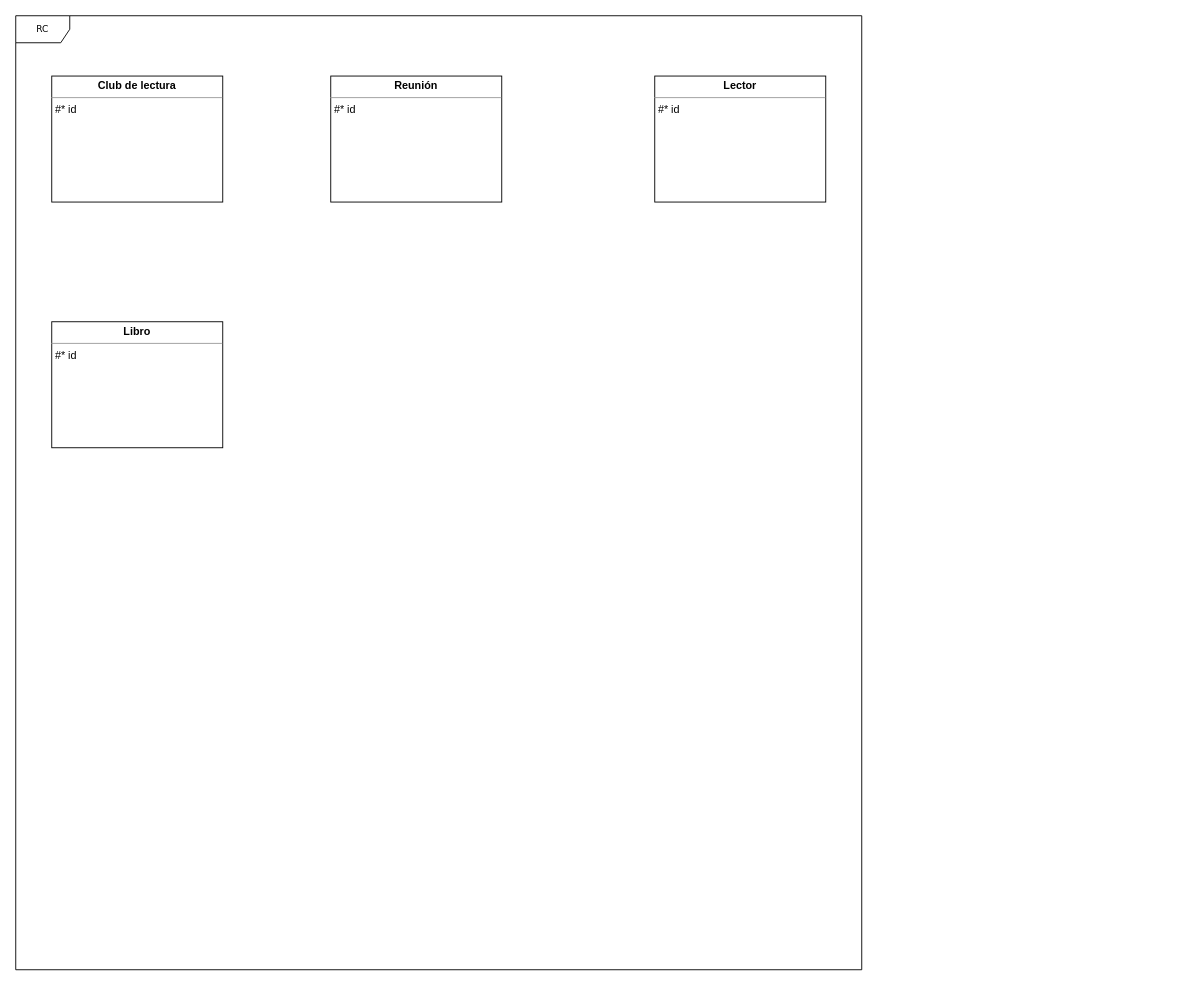
The draw.io diagram DB I/RC (Pseudo) Data Structure V2.drawio in NeutronBlast/IS-Ex, before the edit. Source tidied: cells renumbered, new cells numbered last; positions are measured from the earlier drawing's top-left corner, leaving out a move shared by most shapes. Both pictures are drawn from the tidied source at 90%, with x=0, y=0 at pixel (15, 15).
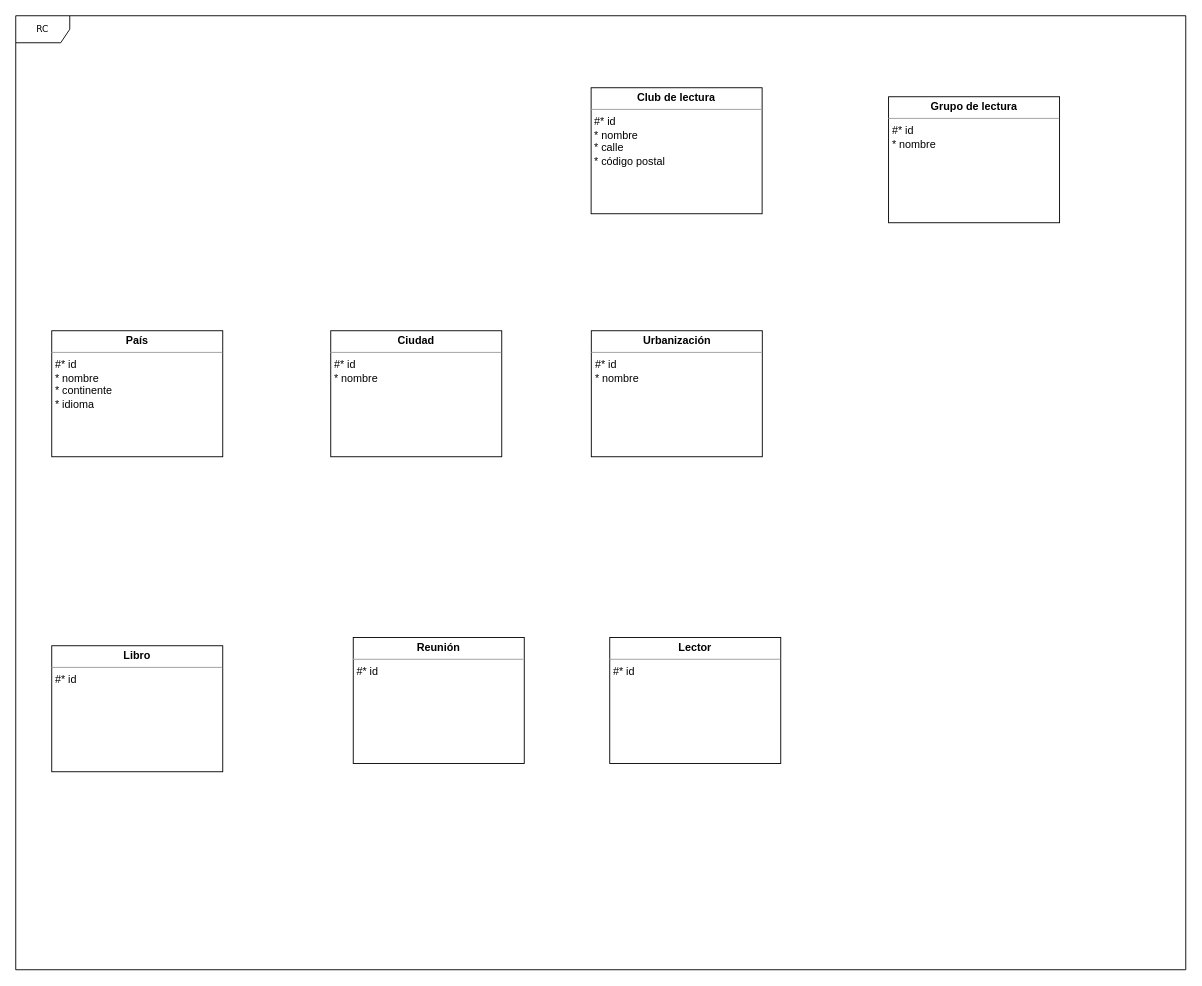
After the change.

Change to the diagram source:
```diff
@@
 <mxGraphModel background="#ffffff">
   <root>
     <mxCell id="0" />
     <mxCell id="1" parent="0" />
     <mxCell id="2" value="RC" style="shape=umlFrame;whiteSpace=wrap;html=1;rounded=0;shadow=0;comic=0;labelBackgroundColor=none;strokeColor=#000000;strokeWidth=1;fillColor=#ffffff;fontFamily=Verdana;fontSize=10;fontColor=#000000;align=center;" parent="1" vertex="1">
-      <mxGeometry width="940" height="1060" as="geometry" />
+      <mxGeometry width="1300" height="1060" as="geometry" />
     </mxCell>
     <mxCell id="3" style="edgeStyle=orthogonalEdgeStyle;rounded=0;html=1;dashed=1;labelBackgroundColor=none;startFill=0;endArrow=open;endFill=0;endSize=10;fontFamily=Verdana;fontSize=10;" parent="1" edge="1">
       <mxGeometry relative="1" as="geometry">
         <mxPoint x="710" y="794" as="sourcePoint" />
       </mxGeometry>
     </mxCell>
-    <mxCell id="4" value="&lt;p style=&quot;margin: 0px ; margin-top: 4px ; text-align: center&quot;&gt;&lt;b&gt;Club de lectura&lt;/b&gt;&lt;/p&gt;&lt;hr size=&quot;1&quot;&gt;&lt;p style=&quot;margin: 0px ; margin-left: 4px&quot;&gt;#* id&lt;/p&gt;&lt;p style=&quot;margin: 0px ; margin-left: 4px&quot;&gt;&lt;br&gt;&lt;/p&gt;" style="verticalAlign=top;align=left;overflow=fill;fontSize=12;fontFamily=Helvetica;html=1;rounded=0;shadow=0;comic=0;labelBackgroundColor=none;strokeColor=#000000;strokeWidth=1;fillColor=#ffffff;" parent="1" vertex="1">
-      <mxGeometry x="40" y="67" width="190" height="140" as="geometry" />
+    <mxCell id="4" value="&lt;p style=&quot;margin: 0px ; margin-top: 4px ; text-align: center&quot;&gt;&lt;b&gt;Club de lectura&lt;/b&gt;&lt;/p&gt;&lt;hr size=&quot;1&quot;&gt;&lt;p style=&quot;margin: 0px ; margin-left: 4px&quot;&gt;#* id&lt;/p&gt;&lt;p style=&quot;margin: 0px ; margin-left: 4px&quot;&gt;* nombre&lt;/p&gt;&lt;p style=&quot;margin: 0px ; margin-left: 4px&quot;&gt;* calle&lt;/p&gt;&lt;p style=&quot;margin: 0px ; margin-left: 4px&quot;&gt;* código postal&lt;/p&gt;" style="verticalAlign=top;align=left;overflow=fill;fontSize=12;fontFamily=Helvetica;html=1;rounded=0;shadow=0;comic=0;labelBackgroundColor=none;strokeColor=#000000;strokeWidth=1;fillColor=#ffffff;" parent="1" vertex="1">
+      <mxGeometry x="639.3" y="80" width="190" height="140" as="geometry" />
     </mxCell>
     <mxCell id="5" value="&lt;p style=&quot;margin: 0px ; margin-top: 4px ; text-align: center&quot;&gt;&lt;b&gt;Libro&lt;/b&gt;&lt;/p&gt;&lt;hr size=&quot;1&quot;&gt;&lt;p style=&quot;margin: 0px ; margin-left: 4px&quot;&gt;#* id&lt;/p&gt;&lt;p style=&quot;margin: 0px ; margin-left: 4px&quot;&gt;&lt;br&gt;&lt;/p&gt;" style="verticalAlign=top;align=left;overflow=fill;fontSize=12;fontFamily=Helvetica;html=1;rounded=0;shadow=0;comic=0;labelBackgroundColor=none;strokeColor=#000000;strokeWidth=1;fillColor=#ffffff;" parent="1" vertex="1">
-      <mxGeometry x="40" y="340" width="190" height="140" as="geometry" />
+      <mxGeometry x="40" y="700" width="190" height="140" as="geometry" />
     </mxCell>
     <mxCell id="6" value="&lt;p style=&quot;margin: 0px ; margin-top: 4px ; text-align: center&quot;&gt;&lt;b&gt;Reunión&lt;/b&gt;&lt;/p&gt;&lt;hr size=&quot;1&quot;&gt;&lt;p style=&quot;margin: 0px ; margin-left: 4px&quot;&gt;#* id&lt;/p&gt;&lt;p style=&quot;margin: 0px ; margin-left: 4px&quot;&gt;&lt;br&gt;&lt;/p&gt;" style="verticalAlign=top;align=left;overflow=fill;fontSize=12;fontFamily=Helvetica;html=1;rounded=0;shadow=0;comic=0;labelBackgroundColor=none;strokeColor=#000000;strokeWidth=1;fillColor=#ffffff;" parent="1" vertex="1">
-      <mxGeometry x="350" y="67" width="190" height="140" as="geometry" />
+      <mxGeometry x="375" y="690.8" width="190" height="140" as="geometry" />
     </mxCell>
     <mxCell id="7" value="&lt;p style=&quot;margin: 0px ; margin-top: 4px ; text-align: center&quot;&gt;&lt;b&gt;Lector&lt;/b&gt;&lt;/p&gt;&lt;hr size=&quot;1&quot;&gt;&lt;p style=&quot;margin: 0px ; margin-left: 4px&quot;&gt;#* id&lt;/p&gt;&lt;p style=&quot;margin: 0px ; margin-left: 4px&quot;&gt;&lt;br&gt;&lt;/p&gt;" style="verticalAlign=top;align=left;overflow=fill;fontSize=12;fontFamily=Helvetica;html=1;rounded=0;shadow=0;comic=0;labelBackgroundColor=none;strokeColor=#000000;strokeWidth=1;fillColor=#ffffff;" parent="1" vertex="1">
-      <mxGeometry x="710" y="67" width="190" height="140" as="geometry" />
+      <mxGeometry x="660" y="690.8" width="190" height="140" as="geometry" />
     </mxCell>
+    <mxCell id="8" value="&lt;p style=&quot;margin: 0px ; margin-top: 4px ; text-align: center&quot;&gt;&lt;b&gt;País&lt;/b&gt;&lt;/p&gt;&lt;hr size=&quot;1&quot;&gt;&lt;p style=&quot;margin: 0px ; margin-left: 4px&quot;&gt;#* id&lt;/p&gt;&lt;p style=&quot;margin: 0px ; margin-left: 4px&quot;&gt;* nombre&lt;/p&gt;&lt;p style=&quot;margin: 0px ; margin-left: 4px&quot;&gt;* continente&lt;/p&gt;&lt;p style=&quot;margin: 0px ; margin-left: 4px&quot;&gt;* idioma&lt;/p&gt;&lt;p style=&quot;margin: 0px ; margin-left: 4px&quot;&gt;&lt;br&gt;&lt;/p&gt;" style="verticalAlign=top;align=left;overflow=fill;fontSize=12;fontFamily=Helvetica;html=1;rounded=0;shadow=0;comic=0;labelBackgroundColor=none;strokeColor=#000000;strokeWidth=1;fillColor=#ffffff;" parent="1" vertex="1">
+      <mxGeometry x="40" y="350" width="190" height="140" as="geometry" />
+    </mxCell>
+    <mxCell id="9" value="&lt;p style=&quot;margin: 0px ; margin-top: 4px ; text-align: center&quot;&gt;&lt;b&gt;Ciudad&lt;/b&gt;&lt;/p&gt;&lt;hr size=&quot;1&quot;&gt;&lt;p style=&quot;margin: 0px ; margin-left: 4px&quot;&gt;#* id&lt;/p&gt;&lt;p style=&quot;margin: 0px ; margin-left: 4px&quot;&gt;* nombre&lt;/p&gt;&lt;p style=&quot;margin: 0px ; margin-left: 4px&quot;&gt;&lt;br&gt;&lt;/p&gt;" style="verticalAlign=top;align=left;overflow=fill;fontSize=12;fontFamily=Helvetica;html=1;rounded=0;shadow=0;comic=0;labelBackgroundColor=none;strokeColor=#000000;strokeWidth=1;fillColor=#ffffff;" parent="1" vertex="1">
+      <mxGeometry x="350" y="350" width="190" height="140" as="geometry" />
+    </mxCell>
+    <mxCell id="10" value="&lt;p style=&quot;margin: 0px ; margin-top: 4px ; text-align: center&quot;&gt;&lt;b&gt;Urbanización&lt;/b&gt;&lt;/p&gt;&lt;hr size=&quot;1&quot;&gt;&lt;p style=&quot;margin: 0px ; margin-left: 4px&quot;&gt;#* id&lt;/p&gt;&lt;p style=&quot;margin: 0px ; margin-left: 4px&quot;&gt;* nombre&lt;/p&gt;&lt;p style=&quot;margin: 0px ; margin-left: 4px&quot;&gt;&lt;br&gt;&lt;/p&gt;" style="verticalAlign=top;align=left;overflow=fill;fontSize=12;fontFamily=Helvetica;html=1;rounded=0;shadow=0;comic=0;labelBackgroundColor=none;strokeColor=#000000;strokeWidth=1;fillColor=#ffffff;" parent="1" vertex="1">
+      <mxGeometry x="639.5" y="350" width="190" height="140" as="geometry" />
+    </mxCell>
+    <mxCell id="11" value="&lt;p style=&quot;margin: 0px ; margin-top: 4px ; text-align: center&quot;&gt;&lt;b&gt;Grupo de lectura&lt;/b&gt;&lt;/p&gt;&lt;hr size=&quot;1&quot;&gt;&lt;p style=&quot;margin: 0px ; margin-left: 4px&quot;&gt;#* id&lt;/p&gt;&lt;p style=&quot;margin: 0px ; margin-left: 4px&quot;&gt;* nombre&lt;/p&gt;" style="verticalAlign=top;align=left;overflow=fill;fontSize=12;fontFamily=Helvetica;html=1;rounded=0;shadow=0;comic=0;labelBackgroundColor=none;strokeColor=#000000;strokeWidth=1;fillColor=#ffffff;" parent="1" vertex="1">
+      <mxGeometry x="969.8" y="90" width="190" height="140" as="geometry" />
+    </mxCell>
   </root>
 </mxGraphModel>
```
